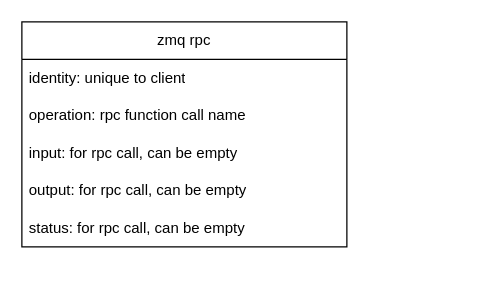
This is cppzmq_playground/dealer_router/design.drawio from hdy117/SimTools, a draw.io file, before an edit. Source tidied: cells renumbered, new cells numbered last; positions are measured from the earlier drawing's top-left corner, leaving out a move shared by most shapes. Both pictures are drawn from the tidied source at 125%, with x=0, y=0 at pixel (21, 21).
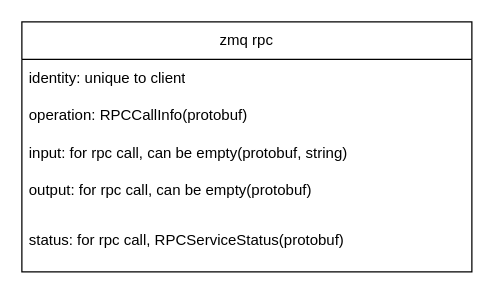
Above is the later version.

The edit, as a diff of the source:
```diff
@@
 <mxGraphModel>
   <root>
     <mxCell id="0" />
     <mxCell id="1" parent="0" />
     <mxCell id="2" value="zmq rpc" style="swimlane;fontStyle=0;horizontal=1;startSize=30;whiteSpace=wrap;html=1;" parent="1" vertex="1">
-      <mxGeometry width="260" height="180" as="geometry" />
+      <mxGeometry width="360" height="200" as="geometry" />
     </mxCell>
     <mxCell id="3" value="identity: unique to client" style="text;strokeColor=none;fillColor=none;align=left;verticalAlign=middle;spacingLeft=4;spacingRight=4;overflow=hidden;whiteSpace=wrap;html=1;" parent="2" vertex="1">
-      <mxGeometry y="30" width="260" height="30" as="geometry" />
+      <mxGeometry y="30" width="360" height="30" as="geometry" />
     </mxCell>
-    <mxCell id="4" value="operation: rpc function call name" style="text;strokeColor=none;fillColor=none;align=left;verticalAlign=middle;spacingLeft=4;spacingRight=4;overflow=hidden;whiteSpace=wrap;html=1;" parent="2" vertex="1">
-      <mxGeometry y="60" width="260" height="30" as="geometry" />
+    <mxCell id="4" value="operation: RPCCallInfo(protobuf)" style="text;strokeColor=none;fillColor=none;align=left;verticalAlign=middle;spacingLeft=4;spacingRight=4;overflow=hidden;whiteSpace=wrap;html=1;" parent="2" vertex="1">
+      <mxGeometry y="60" width="360" height="30" as="geometry" />
     </mxCell>
-    <mxCell id="5" value="input: for rpc call, can be empty" style="text;strokeColor=none;fillColor=none;align=left;verticalAlign=middle;spacingLeft=4;spacingRight=4;overflow=hidden;whiteSpace=wrap;html=1;" parent="2" vertex="1">
-      <mxGeometry y="90" width="260" height="30" as="geometry" />
+    <mxCell id="5" value="input: for rpc call, can be empty(protobuf, string)" style="text;strokeColor=none;fillColor=none;align=left;verticalAlign=middle;spacingLeft=4;spacingRight=4;overflow=hidden;whiteSpace=wrap;html=1;" parent="2" vertex="1">
+      <mxGeometry y="90" width="360" height="30" as="geometry" />
     </mxCell>
-    <mxCell id="6" value="output: for rpc call, can be empty" style="text;strokeColor=none;fillColor=none;align=left;verticalAlign=middle;spacingLeft=4;spacingRight=4;overflow=hidden;whiteSpace=wrap;html=1;" parent="2" vertex="1">
-      <mxGeometry y="120" width="260" height="30" as="geometry" />
+    <mxCell id="6" value="output: for rpc call, can be empty(protobuf)" style="text;strokeColor=none;fillColor=none;align=left;verticalAlign=middle;spacingLeft=4;spacingRight=4;overflow=hidden;whiteSpace=wrap;html=1;" parent="2" vertex="1">
+      <mxGeometry y="120" width="360" height="30" as="geometry" />
     </mxCell>
-    <mxCell id="7" value="status: for rpc call, can be empty" style="text;strokeColor=none;fillColor=none;align=left;verticalAlign=middle;spacingLeft=4;spacingRight=4;overflow=hidden;whiteSpace=wrap;html=1;" parent="2" vertex="1">
-      <mxGeometry y="150" width="260" height="30" as="geometry" />
+    <mxCell id="7" value="status: for rpc call,&amp;nbsp;RPCServiceStatus(protobuf)" style="text;strokeColor=none;fillColor=none;align=left;verticalAlign=middle;spacingLeft=4;spacingRight=4;overflow=hidden;whiteSpace=wrap;html=1;" parent="2" vertex="1">
+      <mxGeometry y="150" width="360" height="50" as="geometry" />
     </mxCell>
   </root>
 </mxGraphModel>
```
